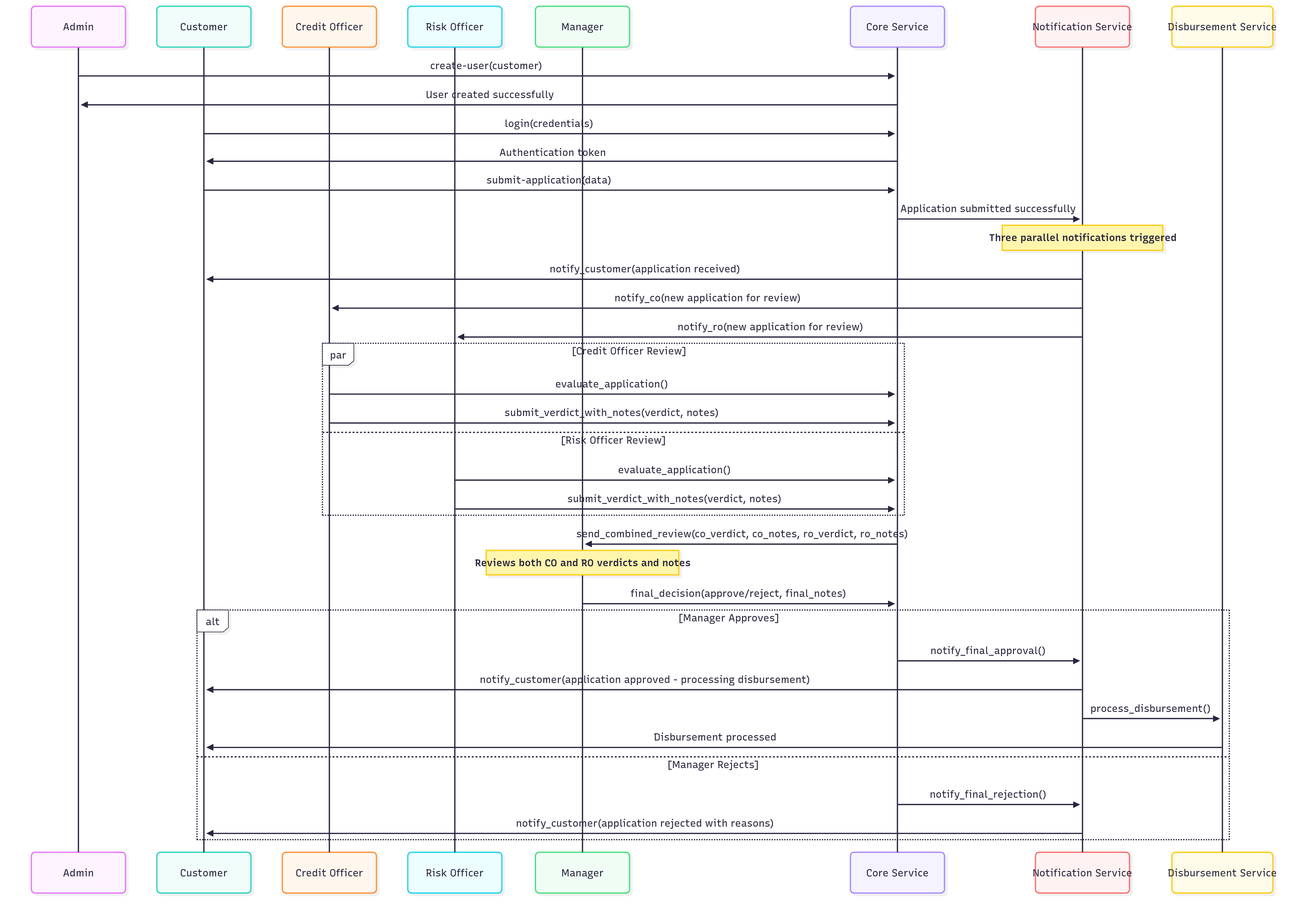
Before: docs/sequence_diagram.png, a diagram exported from Mermaid (Rifat1493/Zaprove). Its source is kept beside it as docs/sequence_diagram.mmd. Source of this version:
```mermaid
sequenceDiagram
    participant Admin
    participant Customer
    participant CO as Credit Officer
    participant RO as Risk Officer
    participant Manager
    participant CS as Core Service
    participant NS as Notification Service
    participant DS as Disbursement Service

    Admin->>CS: create-user(customer)
    CS->>Admin: User created successfully

    Customer->>CS: login(credentials)
    CS->>Customer: Authentication token

    Customer->>CS: submit-application(data)
    CS->>NS: Application submitted successfully

    Note over NS: Three parallel notifications triggered
    NS->>Customer: notify_customer(application received)
    NS->>CO: notify_co(new application for review)
    NS->>RO: notify_ro(new application for review)

    par Credit Officer Review
        CO->>CS: evaluate_application()
        CO->>CS: submit_verdict_with_notes(verdict, notes)
    and Risk Officer Review
        RO->>CS: evaluate_application()
        RO->>CS: submit_verdict_with_notes(verdict, notes)
    end

    CS->>Manager: send_combined_review(co_verdict, co_notes, ro_verdict, ro_notes)

    Note over Manager: Reviews both CO and RO verdicts and notes
    Manager->>CS: final_decision(approve/reject, final_notes)

    alt Manager Approves
        CS->>NS: notify_final_approval()
        NS->>Customer: notify_customer(application approved - processing disbursement)
        NS->>DS: process_disbursement()
        DS->>Customer: Disbursement processed
    else Manager Rejects
        CS->>NS: notify_final_rejection()
        NS->>Customer: notify_customer(application rejected with reasons)
    end
```
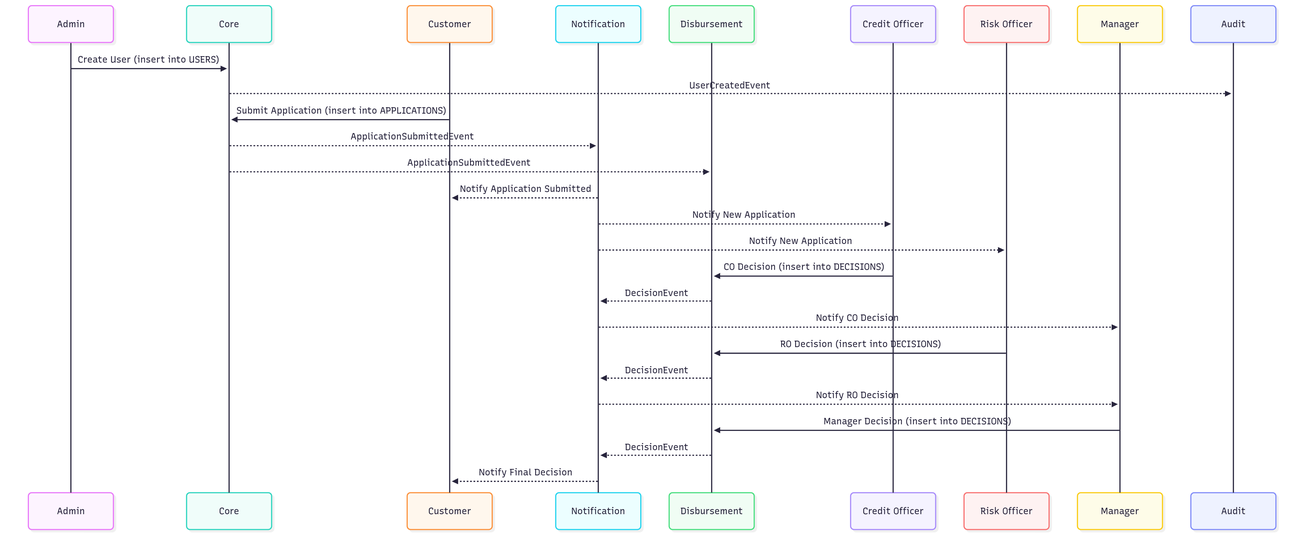
After the commit.

What changed in the source:
```diff
@@ -1,46 +1,32 @@
 sequenceDiagram
     participant Admin
+    participant Core
     participant Customer
+    participant Notification
+    participant Disbursement
     participant CO as Credit Officer
     participant RO as Risk Officer
     participant Manager
-    participant CS as Core Service
-    participant NS as Notification Service
-    participant DS as Disbursement Service
 
-    Admin->>CS: create-user(customer)
-    CS->>Admin: User created successfully
+    Admin->>Core: Create User (insert into USERS)
+    Core-->>Audit: UserCreatedEvent
 
-    Customer->>CS: login(credentials)
-    CS->>Customer: Authentication token
+    Customer->>Core: Submit Application (insert into APPLICATIONS)
+    Core-->>Notification: ApplicationSubmittedEvent
+    Core-->>Disbursement: ApplicationSubmittedEvent
 
-    Customer->>CS: submit-application(data)
-    CS->>NS: Application submitted successfully
+    Notification-->>Customer: Notify Application Submitted
+    Notification-->>CO: Notify New Application
+    Notification-->>RO: Notify New Application
 
-    Note over NS: Three parallel notifications triggered
-    NS->>Customer: notify_customer(application received)
-    NS->>CO: notify_co(new application for review)
-    NS->>RO: notify_ro(new application for review)
+    CO->>Disbursement: CO Decision (insert into DECISIONS)
+    Disbursement-->>Notification: DecisionEvent
+    Notification-->>Manager: Notify CO Decision
 
-    par Credit Officer Review
-        CO->>CS: evaluate_application()
-        CO->>CS: submit_verdict_with_notes(verdict, notes)
-    and Risk Officer Review
-        RO->>CS: evaluate_application()
-        RO->>CS: submit_verdict_with_notes(verdict, notes)
-    end
+    RO->>Disbursement: RO Decision (insert into DECISIONS)
+    Disbursement-->>Notification: DecisionEvent
+    Notification-->>Manager: Notify RO Decision
 
-    CS->>Manager: send_combined_review(co_verdict, co_notes, ro_verdict, ro_notes)
-
-    Note over Manager: Reviews both CO and RO verdicts and notes
-    Manager->>CS: final_decision(approve/reject, final_notes)
-
-    alt Manager Approves
-        CS->>NS: notify_final_approval()
-        NS->>Customer: notify_customer(application approved - processing disbursement)
-        NS->>DS: process_disbursement()
-        DS->>Customer: Disbursement processed
-    else Manager Rejects
-        CS->>NS: notify_final_rejection()
-        NS->>Customer: notify_customer(application rejected with reasons)
-    end
+    Manager->>Disbursement: Manager Decision (insert into DECISIONS)
+    Disbursement-->>Notification: DecisionEvent
+    Notification-->>Customer: Notify Final Decision
```
